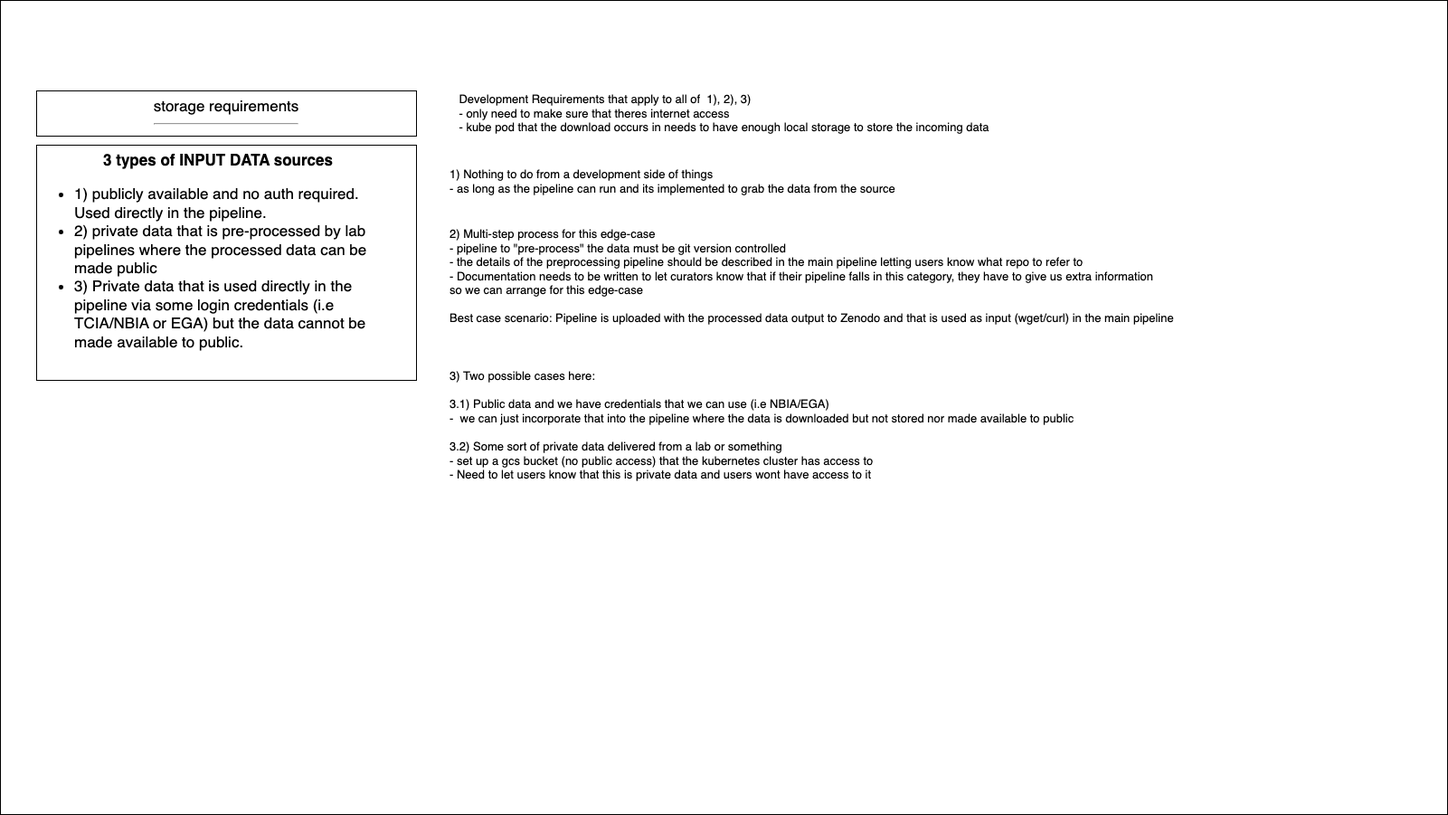
bhklab/ORCESTRA-api keeps this draw.io diagram as docs/requirements/storage/storage-requirements.drawio.png. Above is the earlier version. Source tidied: cells renumbered, new cells last; positions are measured from the earlier drawing's top-left corner, leaving out a move shared by most shapes.
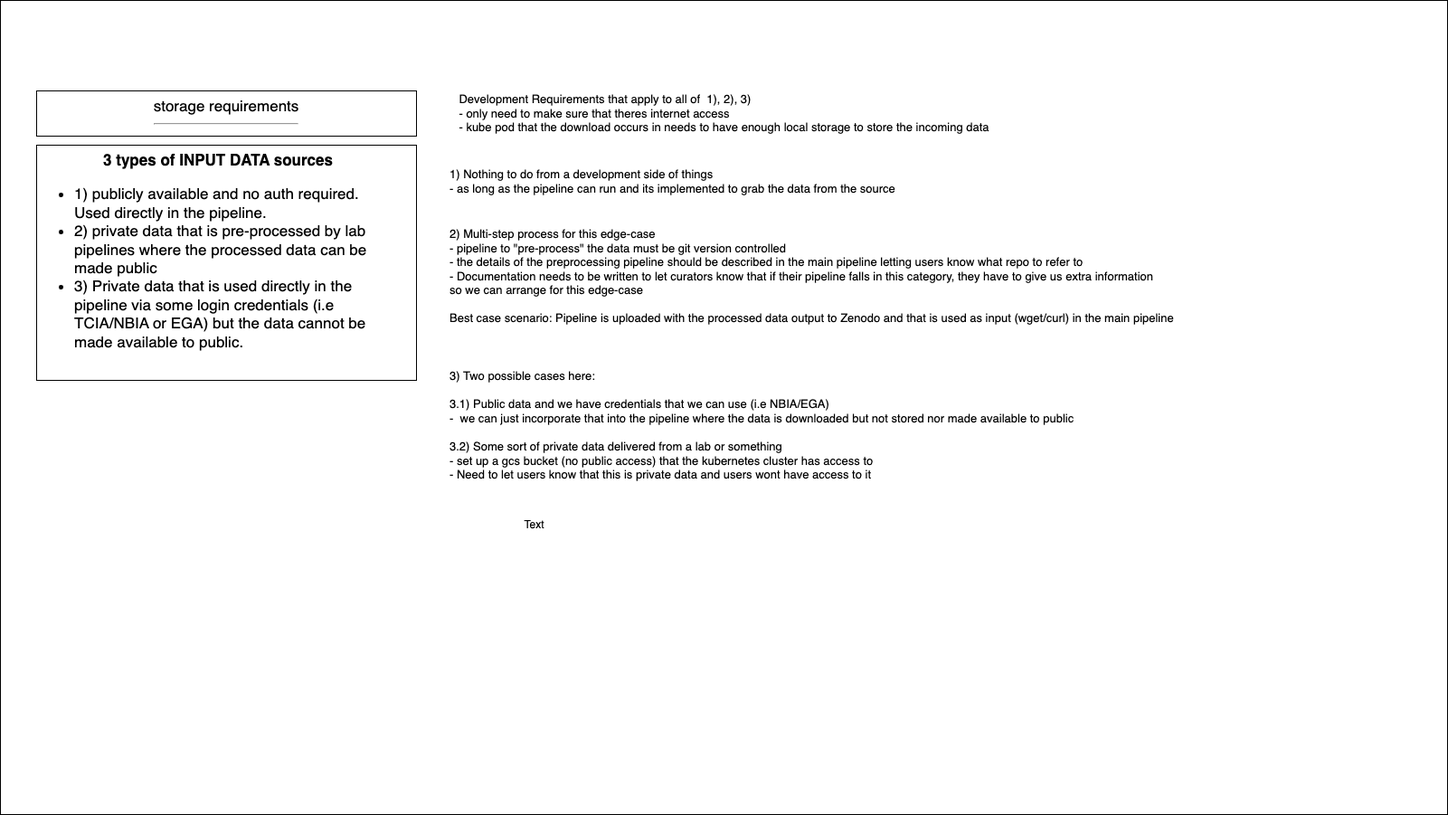
After the change.

Change to the diagram source:
```diff
@@ -23,5 +23,8 @@
     <mxCell id="8" value="3) Two possible cases here:&lt;br style=&quot;font-size: 13px;&quot;&gt;&lt;br style=&quot;font-size: 13px;&quot;&gt;3.1) Public data and we have credentials that we can use (i.e NBIA/EGA)&lt;br style=&quot;font-size: 13px;&quot;&gt;-&amp;nbsp; we can just incorporate that into the pipeline where the data is downloaded but not stored nor made available to public&lt;br style=&quot;font-size: 13px;&quot;&gt;&lt;br style=&quot;font-size: 13px;&quot;&gt;3.2) Some sort of private data delivered from a lab or something&lt;br style=&quot;font-size: 13px;&quot;&gt;- set up a gcs bucket (no public access) that the kubernetes cluster has access to&amp;nbsp;&lt;br style=&quot;font-size: 13px;&quot;&gt;- Need to let users know that this is private data and users wont have access to it&amp;nbsp;" style="text;html=1;align=left;verticalAlign=middle;strokeColor=none;fillColor=none;fontSize=13;" parent="1" vertex="1">
       <mxGeometry x="495" y="400" width="710" height="140" as="geometry" />
     </mxCell>
+    <mxCell id="9" value="Text" style="text;html=1;align=center;verticalAlign=middle;fillColor=none;strokeColor=none;rounded=0;" parent="1" vertex="1">
+      <mxGeometry x="565" y="565" width="50" height="30" as="geometry" />
+    </mxCell>
   </root>
 </mxGraphModel>
```
